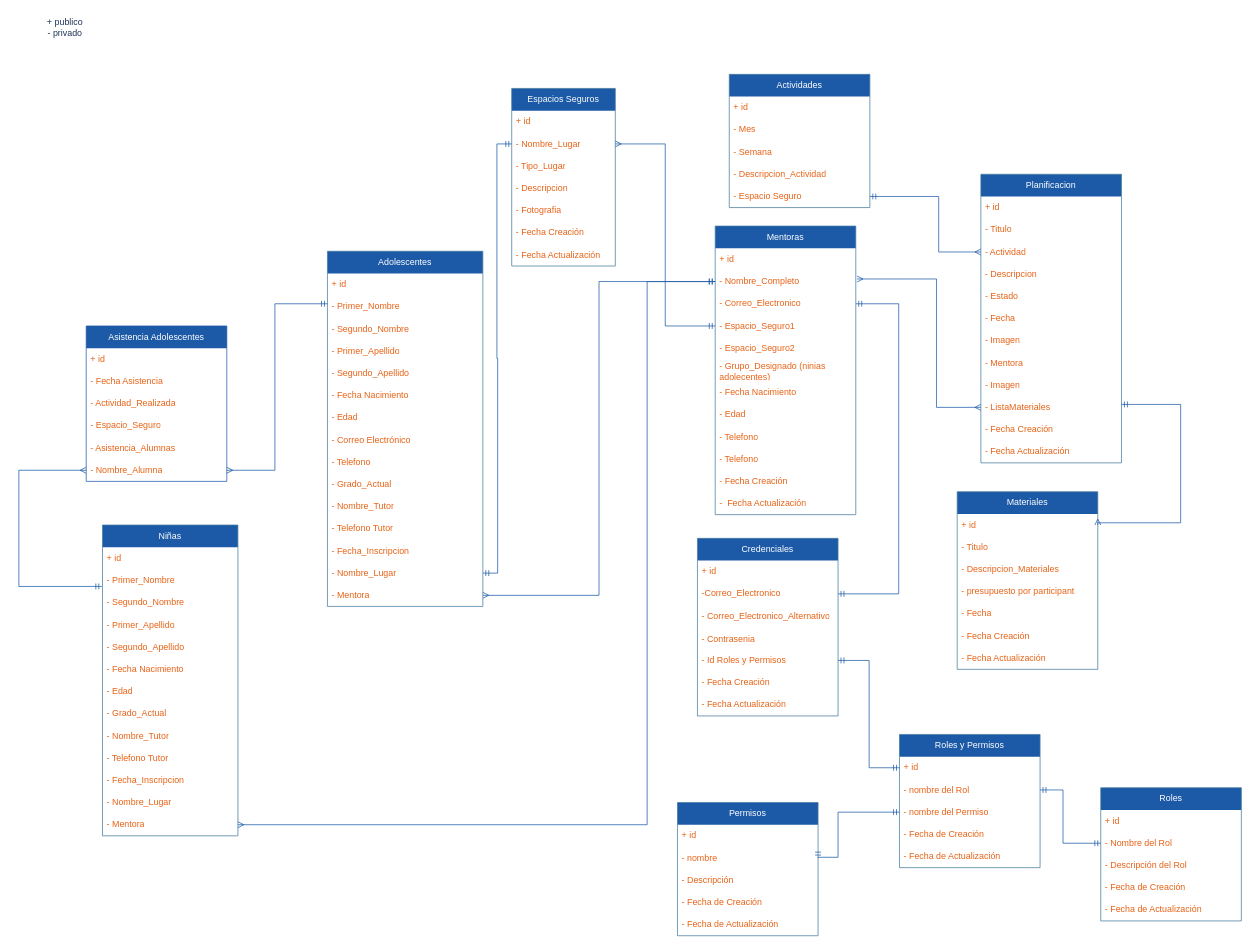
NealD00/Diagramin keeps this draw.io diagram as page "Digrama de Clases" (3 of 5) of REDMI.drawio. Above is the earlier version. Source tidied: cells renumbered, new cells numbered last; positions are measured from the earlier drawing's top-left corner, leaving out a move shared by most shapes. Both pictures are drawn from the tidied source at 74%, with x=0, y=0 at pixel (18, 13).
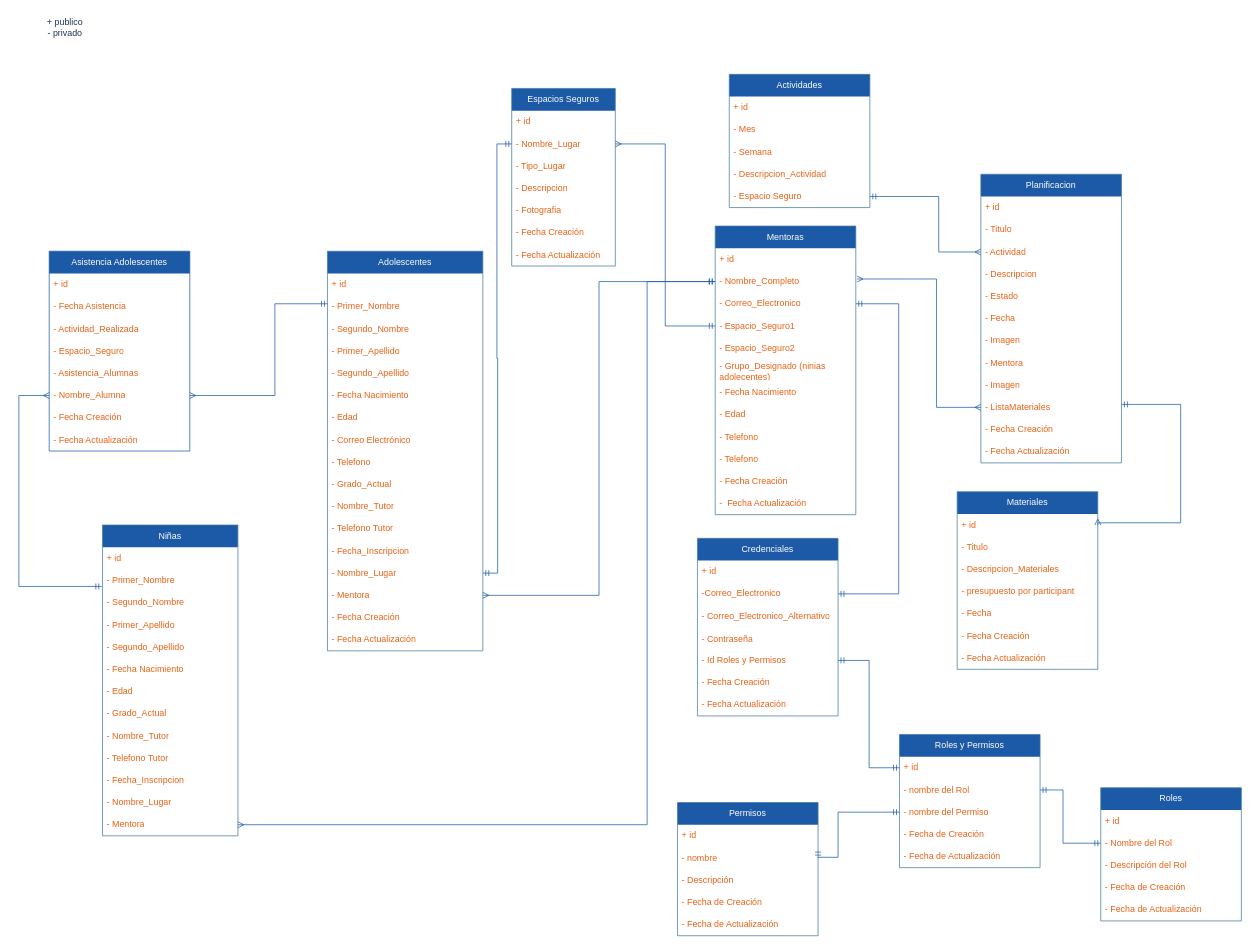
The same diagram, later.

Unchanged cells that the change refers to:
```xml
<mxCell id="13" value="- Primer_Nombre" style="text;strokeColor=none;fillColor=none;align=left;verticalAlign=middle;spacingLeft=4;spacingRight=4;overflow=hidden;points=[[0,0.5],[1,0.5]];portConstraint=eastwest;whiteSpace=wrap;html=1;labelBackgroundColor=none;fontColor=#E76216;swimlaneLine=0;" parent="11" vertex="1">
  <mxGeometry y="60" width="210" height="30" as="geometry" />
</mxCell>
<mxCell id="46" value="- Nombre_Alumna" style="text;strokeColor=none;fillColor=none;align=left;verticalAlign=middle;spacingLeft=4;spacingRight=4;overflow=hidden;points=[[0,0.5],[1,0.5]];portConstraint=eastwest;whiteSpace=wrap;html=1;labelBackgroundColor=none;fontColor=#E76216;swimlaneLine=0;" parent="40" vertex="1">
  <mxGeometry y="180" width="190" height="30" as="geometry" />
</mxCell>
<mxCell id="60" value="&lt;font color=&quot;#ffffff&quot;&gt;Credenciales&lt;/font&gt;" style="swimlane;fontStyle=0;horizontal=1;startSize=30;whiteSpace=wrap;html=1;labelBackgroundColor=none;fillColor=#1C5AA7;strokeColor=#457B9D;fontColor=#1D3557;swimlaneLine=0;" parent="1" vertex="1">
  <mxGeometry x="917" y="710" width="190" height="240" as="geometry" />
</mxCell>
```

The edit, as a diff of the source:
```diff
@@
     <mxCell id="11" value="&lt;font color=&quot;#ffffff&quot;&gt;Adolescentes&lt;/font&gt;" style="swimlane;fontStyle=0;horizontal=1;startSize=30;whiteSpace=wrap;html=1;labelBackgroundColor=none;fillColor=#1C5AA7;strokeColor=#457B9D;fontColor=#1D3557;swimlaneLine=0;" parent="1" vertex="1">
-      <mxGeometry x="417" y="322" width="210" height="480" as="geometry" />
+      <mxGeometry x="417" y="322" width="210" height="540" as="geometry" />
     </mxCell>
@@
+    <mxCell id="127" value="- Fecha Creación" style="text;strokeColor=none;fillColor=none;align=left;verticalAlign=middle;spacingLeft=4;spacingRight=4;overflow=hidden;whiteSpace=wrap;html=1;labelBackgroundColor=none;fontColor=#E76216;swimlaneLine=0;" parent="11" vertex="1">
+      <mxGeometry y="480" width="210" height="30" as="geometry" />
+    </mxCell>
+    <mxCell id="128" value="- Fecha Actualización" style="text;strokeColor=none;fillColor=none;align=left;verticalAlign=middle;spacingLeft=4;spacingRight=4;overflow=hidden;whiteSpace=wrap;html=1;labelBackgroundColor=none;fontColor=#E76216;swimlaneLine=0;" parent="11" vertex="1">
+      <mxGeometry y="510" width="210" height="30" as="geometry" />
+    </mxCell>
@@
     <mxCell id="40" value="&lt;font color=&quot;#ffffff&quot;&gt;Asistencia Adolescentes&lt;/font&gt;" style="swimlane;fontStyle=0;horizontal=1;startSize=30;whiteSpace=wrap;html=1;labelBackgroundColor=none;fillColor=#1C5AA7;strokeColor=#1C5AA7;fontColor=#1D3557;swimlaneLine=0;" parent="1" vertex="1">
-      <mxGeometry x="91" y="423" width="190" height="210" as="geometry" />
+      <mxGeometry x="41" y="322" width="190" height="270" as="geometry" />
     </mxCell>
@@
+    <mxCell id="129" value="- Fecha Creación" style="text;strokeColor=none;fillColor=none;align=left;verticalAlign=middle;spacingLeft=4;spacingRight=4;overflow=hidden;whiteSpace=wrap;html=1;labelBackgroundColor=none;fontColor=#E76216;swimlaneLine=0;" parent="40" vertex="1">
+      <mxGeometry y="210" width="190" height="30" as="geometry" />
+    </mxCell>
+    <mxCell id="130" value="- Fecha Actualización" style="text;strokeColor=none;fillColor=none;align=left;verticalAlign=middle;spacingLeft=4;spacingRight=4;overflow=hidden;whiteSpace=wrap;html=1;labelBackgroundColor=none;fontColor=#E76216;swimlaneLine=0;" parent="40" vertex="1">
+      <mxGeometry y="240" width="190" height="30" as="geometry" />
+    </mxCell>
@@
-    <mxCell id="64" value="- Contrasenia&lt;font face=&quot;sans-serif&quot;&gt;&lt;span style=&quot;font-size: 16px; background-color: rgb(255, 255, 255);&quot;&gt;&lt;/span&gt;&lt;/font&gt;" style="text;strokeColor=none;fillColor=none;align=left;verticalAlign=middle;spacingLeft=4;spacingRight=4;overflow=hidden;whiteSpace=wrap;html=1;labelBackgroundColor=none;fontColor=#E76216;swimlaneLine=0;" parent="60" vertex="1">
+    <mxCell id="64" value="- Contraseña&lt;font face=&quot;sans-serif&quot;&gt;&lt;span style=&quot;font-size: 16px; background-color: rgb(255, 255, 255);&quot;&gt;&lt;/span&gt;&lt;/font&gt;" style="text;strokeColor=none;fillColor=none;align=left;verticalAlign=middle;spacingLeft=4;spacingRight=4;overflow=hidden;whiteSpace=wrap;html=1;labelBackgroundColor=none;fontColor=#E76216;swimlaneLine=0;" parent="60" vertex="1">
       <mxGeometry y="120" width="190" height="30" as="geometry" />
     </mxCell>
@@
     <mxCell id="103" style="edgeStyle=orthogonalEdgeStyle;rounded=0;jettySize=auto;html=1;entryX=0;entryY=0.5;entryDx=0;entryDy=0;fontFamily=Helvetica;fontSize=12;fontColor=default;fontStyle=0;endArrow=ERmany;endFill=0;startArrow=ERmandOne;startFill=0;labelBackgroundColor=none;strokeColor=#1C5AA7;swimlaneLine=0;" parent="1" edge="1" target="46">
       <mxGeometry relative="1" as="geometry">
         <mxPoint x="112" y="775" as="sourcePoint" />
         <Array as="points">
           <mxPoint y="775" />
-          <mxPoint y="618" />
+          <mxPoint y="517" />
         </Array>
       </mxGeometry>
     </mxCell>
     <mxCell id="104" style="edgeStyle=orthogonalEdgeStyle;rounded=0;jettySize=auto;html=1;entryX=1;entryY=0.5;entryDx=0;entryDy=0;fontFamily=Helvetica;fontSize=12;fontColor=default;fontStyle=0;endArrow=ERmany;endFill=0;startArrow=ERmandOne;startFill=0;labelBackgroundColor=none;strokeColor=#1C5AA7;swimlaneLine=0;" parent="1" edge="1" source="13" target="46">
       <mxGeometry relative="1" as="geometry">
         <Array as="points">
           <mxPoint x="346" y="393" />
-          <mxPoint x="346" y="618" />
+          <mxPoint x="346" y="517" />
         </Array>
       </mxGeometry>
     </mxCell>
```
